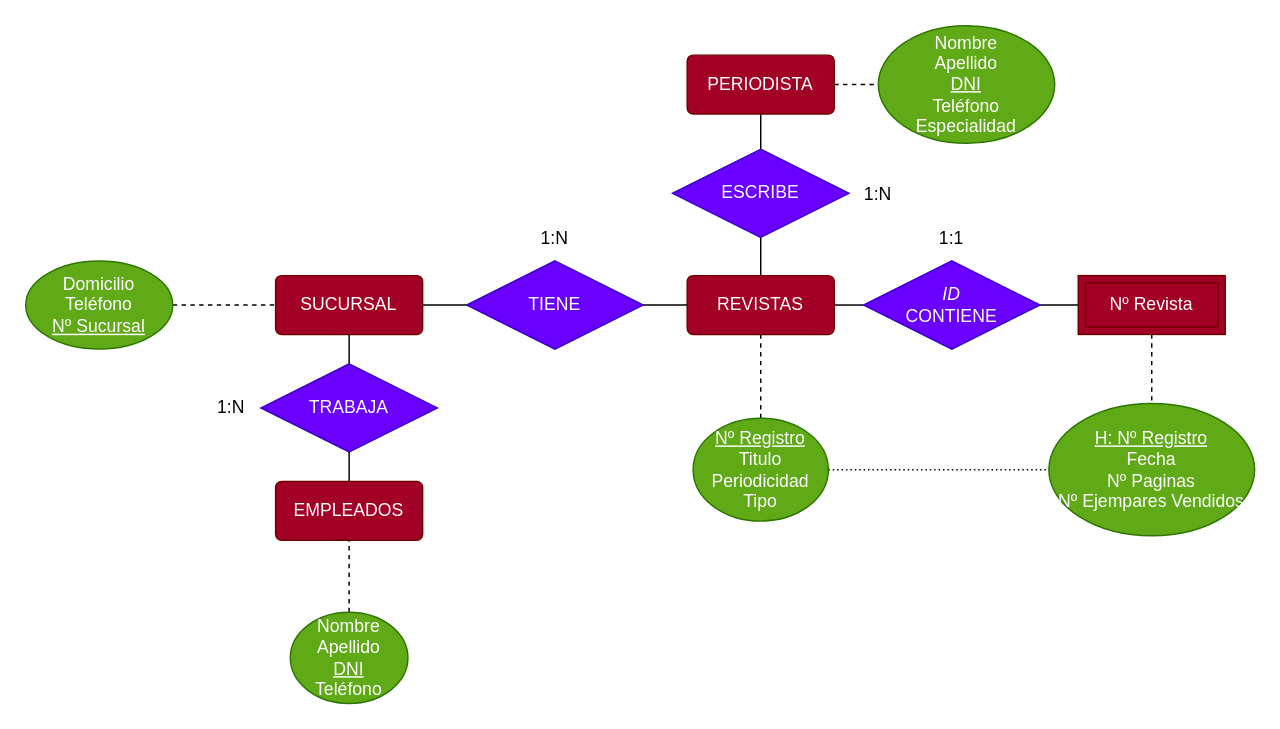
This is Ejercicio7_Tema1.drawio from antonionavarro04/diagramas, a draw.io file, before an edit. Source tidied: cells renumbered, new cells numbered last; positions are measured from the earlier drawing's top-left corner, leaving out a move shared by most shapes. Both pictures are drawn from the tidied source at 147%, with x=0, y=0 at pixel (25, 25).
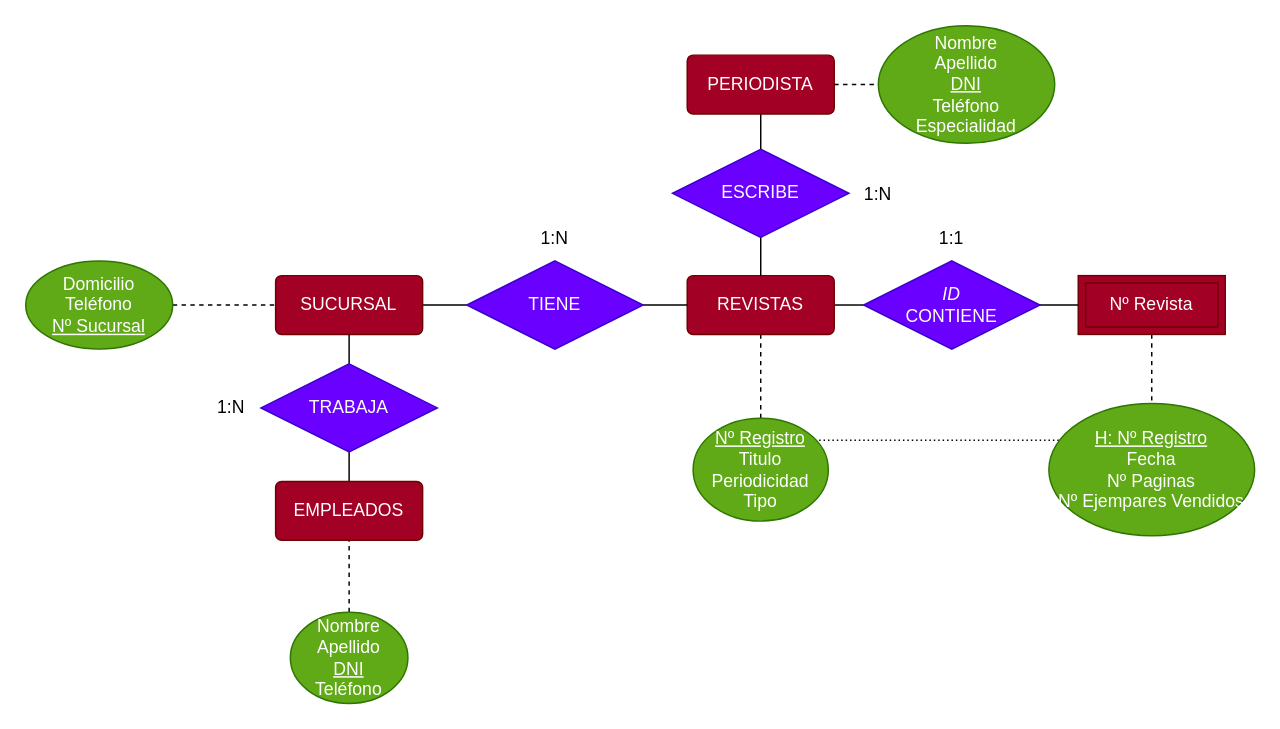
The same page after the edit.

The change refers to these unchanged cells:
```xml
<mxCell id="24" value="&lt;u&gt;Nº Registro&lt;/u&gt;&lt;br&gt;Titulo&lt;br&gt;Periodicidad&lt;br&gt;Tipo" style="ellipse;whiteSpace=wrap;html=1;fillColor=#60a917;fontColor=#ffffff;strokeColor=#2D7600;" parent="1" vertex="1">
  <mxGeometry x="454" y="267" width="92" height="70" as="geometry" />
</mxCell>
<mxCell id="30" value="&lt;u&gt;H: Nº Registro&lt;br&gt;&lt;/u&gt;Fecha&lt;br&gt;Nº Paginas&lt;br&gt;Nº Ejempares Vendidos" style="ellipse;whiteSpace=wrap;html=1;fillColor=#60a917;fontColor=#ffffff;strokeColor=#2D7600;" parent="1" vertex="1">
  <mxGeometry x="696" y="257" width="140" height="90" as="geometry" />
</mxCell>
```

Change to the diagram source:
```diff
@@
-    <mxCell id="23" style="edgeStyle=orthogonalEdgeStyle;rounded=0;jettySize=auto;html=1;exitX=1;exitY=0.5;exitDx=0;exitDy=0;entryX=0;entryY=0.5;entryDx=0;entryDy=0;dashed=1;endArrow=none;endFill=0;dashPattern=1 2;" parent="1" edge="1" source="24" target="30">
-      <mxGeometry relative="1" as="geometry" />
+    <mxCell id="23" style="edgeStyle=orthogonalEdgeStyle;rounded=0;jettySize=auto;html=1;exitX=1;exitY=0;exitDx=0;exitDy=0;entryX=0;entryY=0;entryDx=0;entryDy=0;dashed=1;endArrow=none;endFill=0;dashPattern=1 2;" parent="1" edge="1" source="24" target="30">
+      <mxGeometry relative="1" as="geometry">
+        <Array as="points">
+          <mxPoint x="533" y="282" />
+          <mxPoint x="717" y="282" />
+        </Array>
+      </mxGeometry>
     </mxCell>
```
